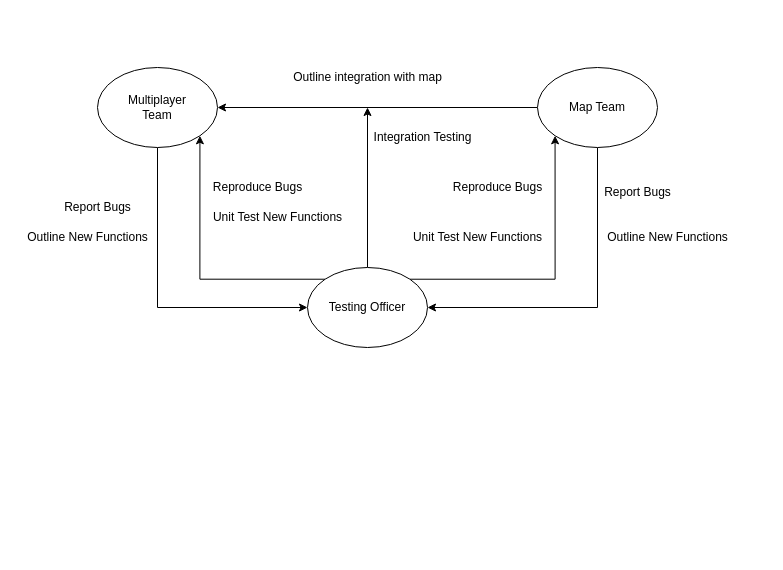
Before: Diagrams/Sprint 2 Interaction Diagram.drawio in SQA-Group-7/SQA-Coursework, a draw.io diagram. Source tidied: cells renumbered, new cells numbered last; positions are measured from the earlier drawing's top-left corner, leaving out a move shared by most shapes. Both pictures are drawn from the tidied source at 100%, with x=0, y=0 at pixel (17, 67).
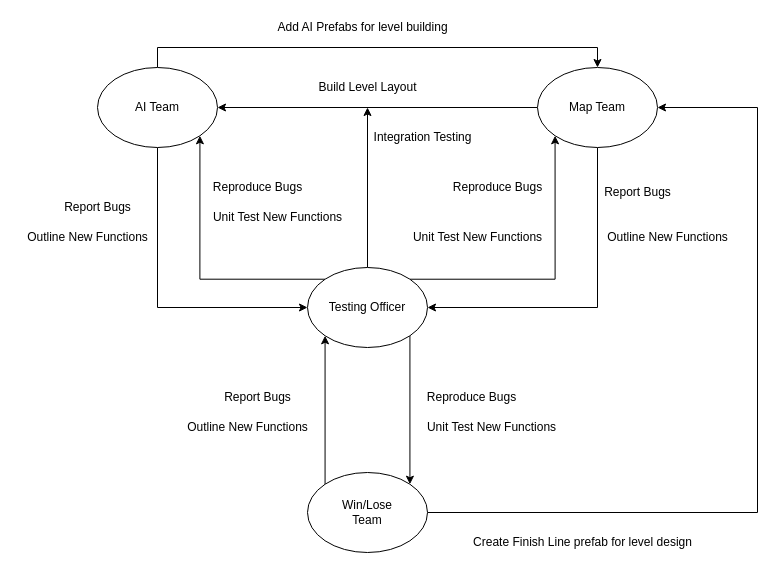
Above is the later version.

The change refers to these unchanged cells:
```xml
<mxCell id="6" value="Map Team" style="ellipse;whiteSpace=wrap;html=1;" parent="1" vertex="1">
  <mxGeometry x="520" width="120" height="80" as="geometry" />
</mxCell>
<mxCell id="10" value="Testing Officer" style="ellipse;whiteSpace=wrap;html=1;" parent="1" vertex="1">
  <mxGeometry x="290" y="200" width="120" height="80" as="geometry" />
</mxCell>
```

Diff of the diagram source:
```diff
@@
+    <mxCell id="21" style="edgeStyle=orthogonalEdgeStyle;rounded=0;jettySize=auto;html=1;exitX=0.5;exitY=0;exitDx=0;exitDy=0;entryX=0.5;entryY=0;entryDx=0;entryDy=0;" parent="1" edge="1" source="3" target="6">
+      <mxGeometry relative="1" as="geometry" />
+    </mxCell>
-    <mxCell id="3" value="Multiplayer&lt;br&gt;Team" style="ellipse;whiteSpace=wrap;html=1;" parent="1" vertex="1">
+    <mxCell id="3" value="AI Team" style="ellipse;whiteSpace=wrap;html=1;" parent="1" vertex="1">
       <mxGeometry x="80" width="120" height="80" as="geometry" />
     </mxCell>
@@
+    <mxCell id="22" style="edgeStyle=orthogonalEdgeStyle;rounded=0;jettySize=auto;html=1;exitX=1;exitY=1;exitDx=0;exitDy=0;entryX=1;entryY=0;entryDx=0;entryDy=0;" parent="1" edge="1" source="10" target="26">
+      <mxGeometry relative="1" as="geometry" />
+    </mxCell>
@@
-    <mxCell id="19" value="Outline integration with map" style="text;html=1;align=center;verticalAlign=middle;strokeColor=none;fillColor=none;" parent="1" vertex="1">
-      <mxGeometry x="270" width="160" height="20" as="geometry" />
+    <mxCell id="19" value="Build Level Layout" style="text;html=1;align=center;verticalAlign=middle;strokeColor=none;fillColor=none;" parent="1" vertex="1">
+      <mxGeometry x="295" y="10" width="110" height="20" as="geometry" />
     </mxCell>
@@
+    <mxCell id="23" value="Add AI Prefabs for level building" style="text;html=1;align=center;verticalAlign=middle;strokeColor=none;fillColor=none;" parent="1" vertex="1">
+      <mxGeometry x="250" y="-50" width="190" height="20" as="geometry" />
+    </mxCell>
+    <mxCell id="24" style="edgeStyle=orthogonalEdgeStyle;rounded=0;jettySize=auto;html=1;exitX=0;exitY=0;exitDx=0;exitDy=0;entryX=0;entryY=1;entryDx=0;entryDy=0;" parent="1" edge="1" source="26" target="10">
+      <mxGeometry relative="1" as="geometry" />
+    </mxCell>
+    <mxCell id="25" style="edgeStyle=orthogonalEdgeStyle;rounded=0;jettySize=auto;html=1;exitX=1;exitY=0.5;exitDx=0;exitDy=0;entryX=1;entryY=0.5;entryDx=0;entryDy=0;" parent="1" edge="1" source="26" target="6">
+      <mxGeometry relative="1" as="geometry">
+        <Array as="points">
+          <mxPoint x="740" y="445" />
+          <mxPoint x="740" y="40" />
+        </Array>
+      </mxGeometry>
+    </mxCell>
+    <mxCell id="26" value="Win/Lose&lt;br&gt;Team" style="ellipse;whiteSpace=wrap;html=1;" parent="1" vertex="1">
+      <mxGeometry x="290" y="405" width="120" height="80" as="geometry" />
+    </mxCell>
+    <mxCell id="27" value="Report Bugs" style="text;html=1;align=center;verticalAlign=middle;strokeColor=none;fillColor=none;" parent="1" vertex="1">
+      <mxGeometry x="200" y="320" width="80" height="20" as="geometry" />
+    </mxCell>
+    <mxCell id="28" value="Outline New Functions" style="text;html=1;align=center;verticalAlign=middle;strokeColor=none;fillColor=none;" parent="1" vertex="1">
+      <mxGeometry x="160" y="350" width="140" height="20" as="geometry" />
+    </mxCell>
+    <mxCell id="29" value="Reproduce Bugs" style="text;html=1;align=center;verticalAlign=middle;strokeColor=none;fillColor=none;" parent="1" vertex="1">
+      <mxGeometry x="404" y="320" width="100" height="20" as="geometry" />
+    </mxCell>
+    <mxCell id="30" value="Unit Test New Functions" style="text;html=1;align=center;verticalAlign=middle;strokeColor=none;fillColor=none;" parent="1" vertex="1">
+      <mxGeometry x="404" y="350" width="140" height="20" as="geometry" />
+    </mxCell>
+    <mxCell id="31" value="Create Finish Line prefab for level design" style="text;html=1;align=center;verticalAlign=middle;strokeColor=none;fillColor=none;" parent="1" vertex="1">
+      <mxGeometry x="450" y="465" width="230" height="20" as="geometry" />
+    </mxCell>
```
